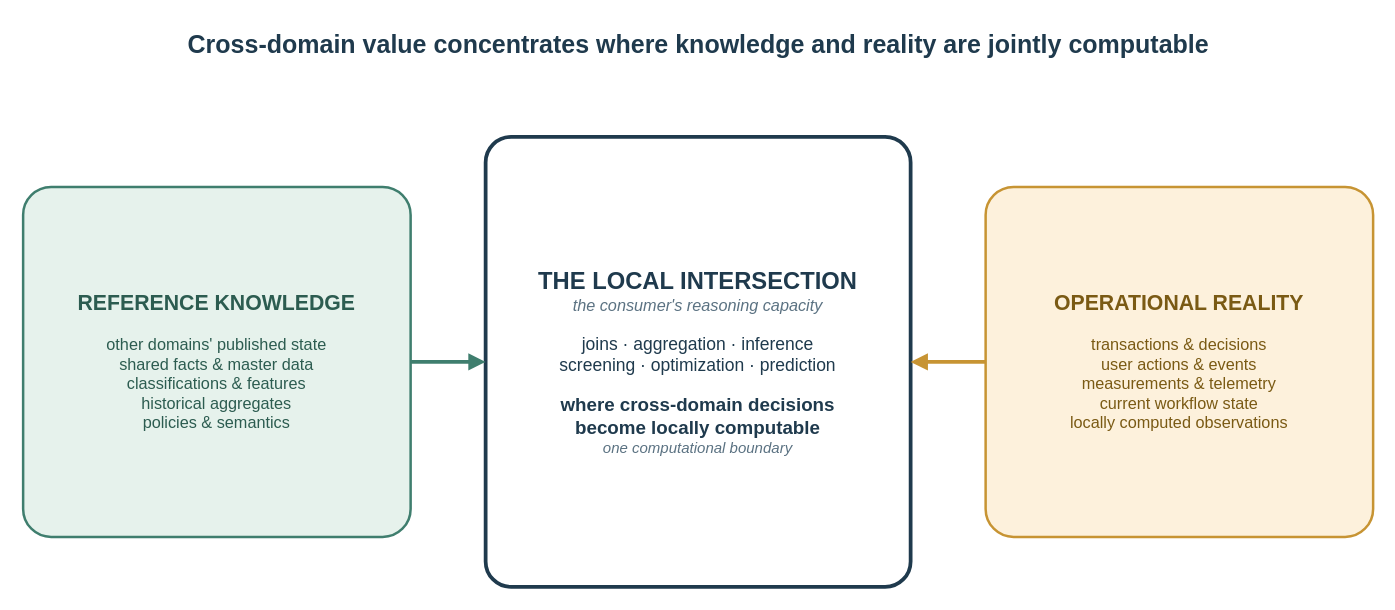
Before: content/posts/freshness-isnt-the-only-axis/local-intersection.drawio in AlexeyEvlampiev/alexeyevlampiev.github.io, a draw.io diagram. Source tidied: cells renumbered, new cells numbered last; positions are measured from the earlier drawing's top-left corner, leaving out a move shared by most shapes. Both pictures are drawn from the tidied source at 125%, with x=0, y=0 at pixel (22, 21).
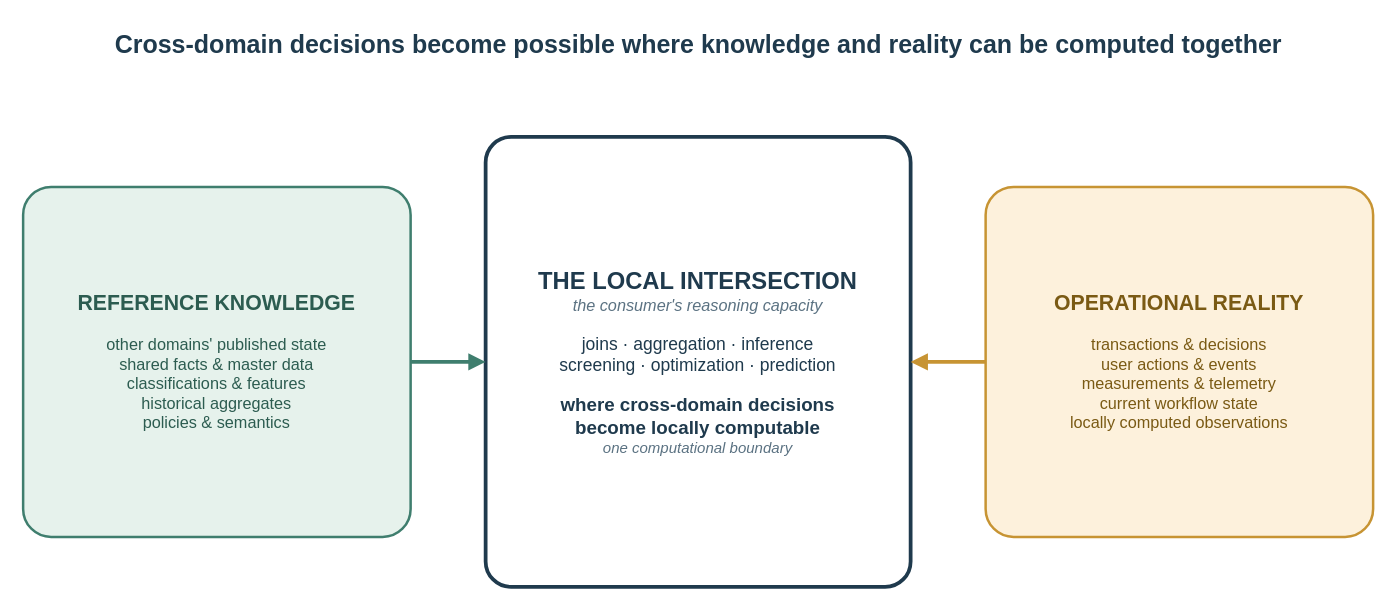
After the change.

Diff of the diagram source:
```diff
@@
 <mxGraphModel>
   <root>
     <mxCell id="0" />
     <mxCell id="1" parent="0" />
-    <mxCell id="2" value="Cross-domain value concentrates where knowledge and reality are jointly computable" style="text;html=1;fontSize=20;fontStyle=1;fontColor=#1f3a4d;align=center;verticalAlign=middle;" parent="1" vertex="1">
+    <mxCell id="2" value="Cross-domain decisions become possible where knowledge and reality can be computed together" style="text;html=1;fontSize=20;fontStyle=1;fontColor=#1f3a4d;align=center;verticalAlign=middle;" parent="1" vertex="1">
       <mxGeometry width="1080" height="34" as="geometry" />
     </mxCell>
     <mxCell id="3" value="&lt;font style=&quot;font-size:17px&quot;&gt;&lt;b&gt;REFERENCE KNOWLEDGE&lt;/b&gt;&lt;/font&gt;&lt;br&gt;&lt;br&gt;&lt;font style=&quot;font-size:13px&quot;&gt;other domains&amp;#39; published state&lt;br&gt;shared facts &amp;amp; master data&lt;br&gt;classifications &amp;amp; features&lt;br&gt;historical aggregates&lt;br&gt;policies &amp;amp; semantics&lt;/font&gt;" style="rounded=1;whiteSpace=wrap;html=1;fillColor=#e6f2ec;strokeColor=#3f7e6e;strokeWidth=2;fontColor=#2c5c50;arcSize=8;verticalAlign=middle;" parent="1" vertex="1">
       <mxGeometry y="132" width="310" height="280" as="geometry" />
     </mxCell>
     <mxCell id="4" value="&lt;font style=&quot;font-size:17px&quot;&gt;&lt;b&gt;OPERATIONAL REALITY&lt;/b&gt;&lt;/font&gt;&lt;br&gt;&lt;br&gt;&lt;font style=&quot;font-size:13px&quot;&gt;transactions &amp;amp; decisions&lt;br&gt;user actions &amp;amp; events&lt;br&gt;measurements &amp;amp; telemetry&lt;br&gt;current workflow state&lt;br&gt;locally computed observations&lt;/font&gt;" style="rounded=1;whiteSpace=wrap;html=1;fillColor=#fdf1dc;strokeColor=#c79433;strokeWidth=2;fontColor=#7a5a14;arcSize=8;verticalAlign=middle;" parent="1" vertex="1">
       <mxGeometry x="770" y="132" width="310" height="280" as="geometry" />
     </mxCell>
     <mxCell id="5" value="&lt;font style=&quot;font-size:19px&quot;&gt;&lt;b&gt;THE LOCAL INTERSECTION&lt;/b&gt;&lt;/font&gt;&lt;br&gt;&lt;font style=&quot;font-size:13px&quot; color=&quot;#5b7282&quot;&gt;&lt;i&gt;the consumer&amp;#39;s reasoning capacity&lt;/i&gt;&lt;/font&gt;&lt;br&gt;&lt;br&gt;&lt;font style=&quot;font-size:14px&quot;&gt;joins &amp;#183; aggregation &amp;#183; inference&lt;br&gt;screening &amp;#183; optimization &amp;#183; prediction&lt;/font&gt;&lt;br&gt;&lt;br&gt;&lt;font style=&quot;font-size:15px&quot; color=&quot;#1f3a4d&quot;&gt;&lt;b&gt;where cross-domain decisions&lt;br&gt;become locally computable&lt;/b&gt;&lt;/font&gt;&lt;br&gt;&lt;font style=&quot;font-size:12px&quot; color=&quot;#5b7282&quot;&gt;&lt;i&gt;one computational boundary&lt;/i&gt;&lt;/font&gt;" style="rounded=1;whiteSpace=wrap;html=1;fillColor=#ffffff;strokeColor=#1f3a4d;strokeWidth=3;fontColor=#1f3a4d;arcSize=6;verticalAlign=middle;" parent="1" vertex="1">
       <mxGeometry x="370" y="92" width="340" height="360" as="geometry" />
     </mxCell>
     <mxCell id="6" style="endArrow=block;html=1;strokeColor=#3f7e6e;strokeWidth=3;exitX=1;exitY=0.5;exitDx=0;exitDy=0;entryX=0;entryY=0.5;entryDx=0;entryDy=0;" parent="1" edge="1" source="3" target="5">
       <mxGeometry relative="1" as="geometry" />
     </mxCell>
     <mxCell id="7" style="endArrow=block;html=1;strokeColor=#c79433;strokeWidth=3;exitX=0;exitY=0.5;exitDx=0;exitDy=0;entryX=1;entryY=0.5;entryDx=0;entryDy=0;" parent="1" edge="1" source="4" target="5">
       <mxGeometry relative="1" as="geometry" />
     </mxCell>
   </root>
 </mxGraphModel>
```
